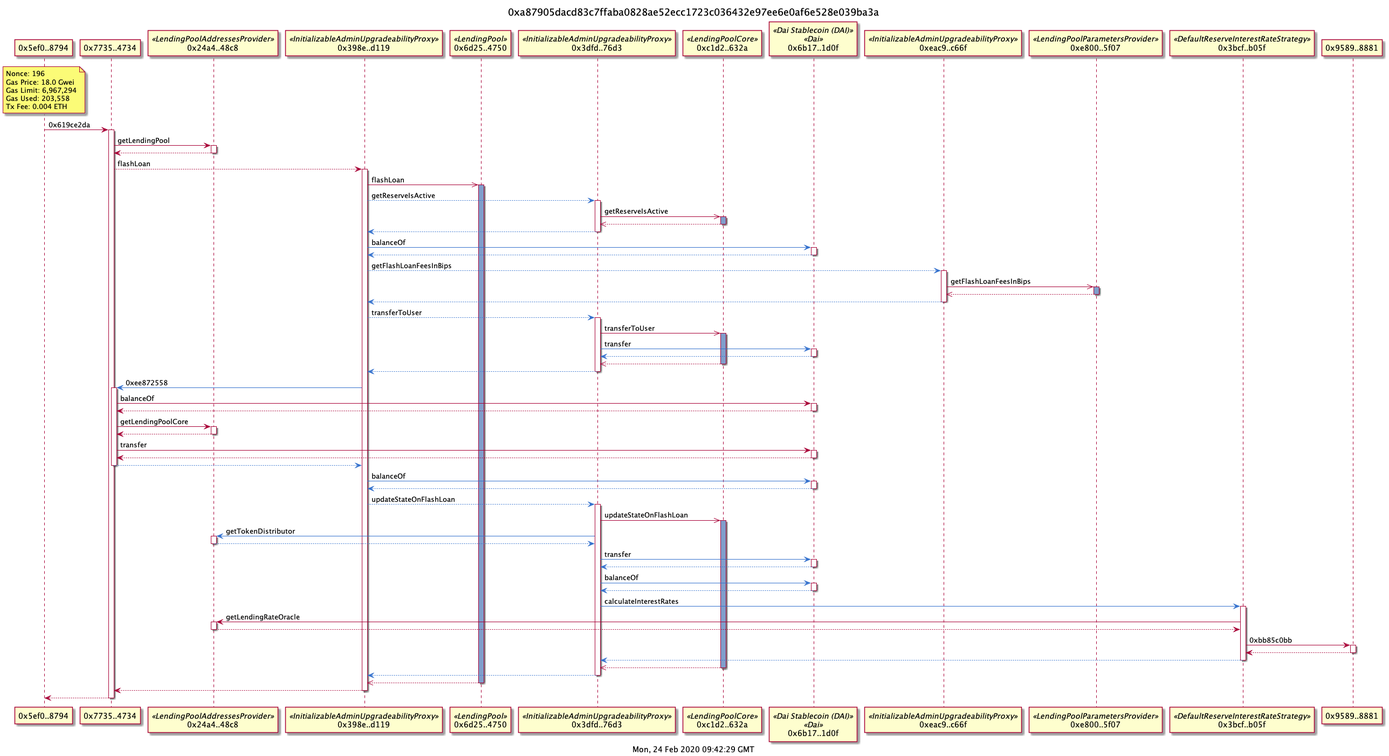
The PlantUML diagram examples/aaveFlashLoan.png in naddison36/tx2uml, before a commit.
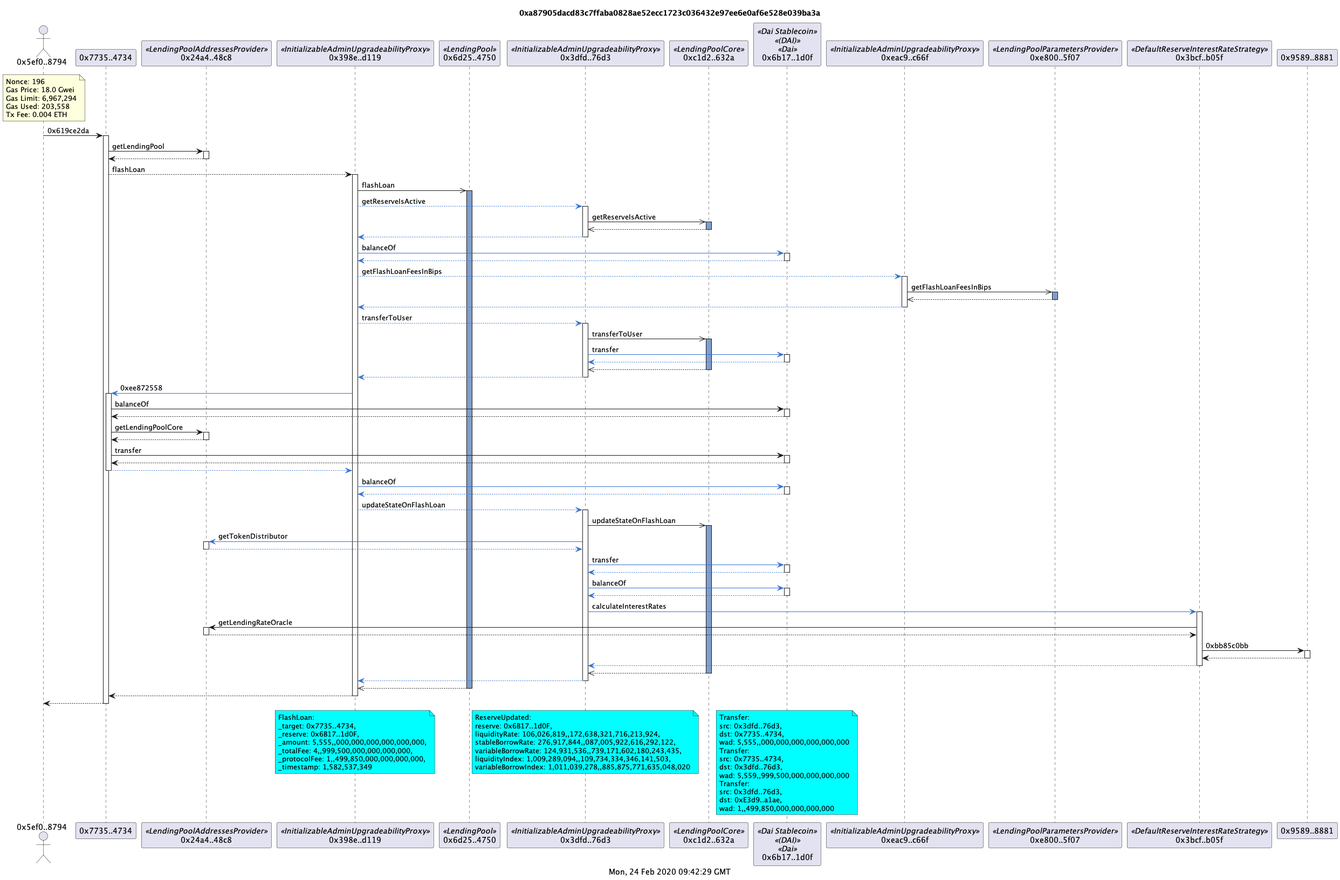
After the change.

The edit, as a diff of the source:
```diff
@@ -1,14 +1,14 @@
 @startuml
 title 0xa87905dacd83c7ffaba0828ae52ecc1723c036432e97ee6e0af6e528e039ba3a
 caption  Mon, 24 Feb 2020 09:42:29 GMT
-participant "0x5ef0..8794" as 5ef08794
+actor "0x5ef0..8794" as 5ef08794
 participant "0x7735..4734" as 77354734
 participant "0x24a4..48c8" as 24a448c8 <<LendingPoolAddressesProvider>>
 participant "0x398e..d119" as 398ed119 <<InitializableAdminUpgradeabilityProxy>>
 participant "0x6d25..4750" as 6d254750 <<LendingPool>>
 participant "0x3dfd..76d3" as 3dfd76d3 <<InitializableAdminUpgradeabilityProxy>>
 participant "0xc1d2..632a" as c1d2632a <<LendingPoolCore>>
-participant "0x6b17..1d0f" as 6b171d0f <<Dai Stablecoin (DAI)>><<Dai>>
+participant "0x6b17..1d0f" as 6b171d0f <<Dai Stablecoin>><<(DAI)>><<Dai>>
 participant "0xeac9..c66f" as eac9c66f <<InitializableAdminUpgradeabilityProxy>>
 participant "0xe800..5f07" as e8005f07 <<LendingPoolParametersProvider>>
 participant "0x3bcf..b05f" as 3bcfb05f <<DefaultReserveInterestRateStrategy>>
@@ -98,4 +98,36 @@
 return
 return
 
+note over 398ed119 #aqua
+FlashLoan:
+_target: 0x7735..4734,
+_reserve: 0x6B17..1d0F,
+_amount: 5,555,,000,000,000,000,000,000,
+_totalFee: 4,,999,500,000,000,000,000,
+_protocolFee: 1,,499,850,000,000,000,000,
+_timestamp: 1,582,537,349
+end note
+/ note over 3dfd76d3 #aqua
+ReserveUpdated:
+reserve: 0x6B17..1d0F,
+liquidityRate: 106,026,819,,172,638,321,716,213,924,
+stableBorrowRate: 276,917,844,,087,005,922,616,292,122,
+variableBorrowRate: 124,931,536,,739,171,602,180,243,435,
+liquidityIndex: 1,009,289,094,,109,734,334,346,141,503,
+variableBorrowIndex: 1,011,039,278,,885,875,771,635,048,020
+end note
+/ note over 6b171d0f #aqua
+Transfer:
+src: 0x3dfd..76d3,
+dst: 0x7735..4734,
+wad: 5,555,,000,000,000,000,000,000
+Transfer:
+src: 0x7735..4734,
+dst: 0x3dfd..76d3,
+wad: 5,559,,999,500,000,000,000,000
+Transfer:
+src: 0x3dfd..76d3,
+dst: 0xE3d9..a1ae,
+wad: 1,,499,850,000,000,000,000
+end note
 @endumls
```
